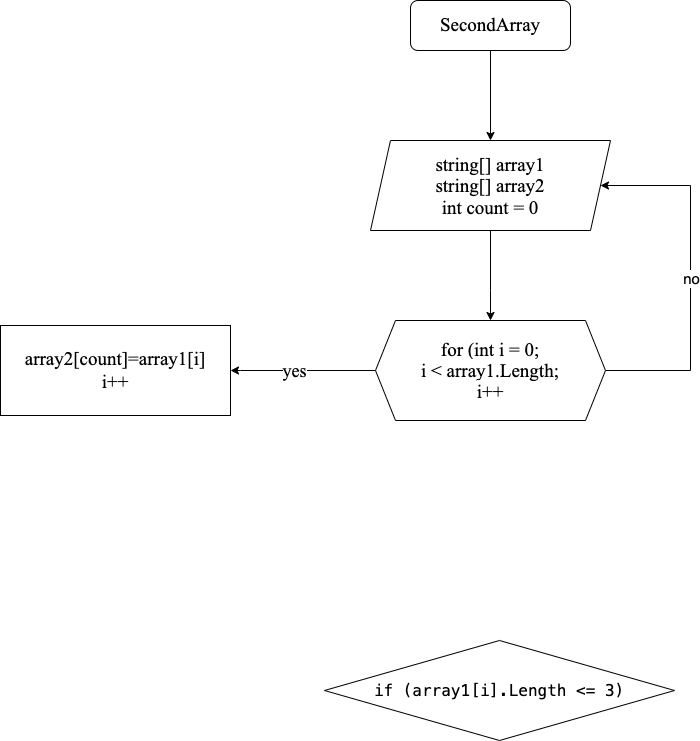
The draw.io diagram Диаграмма без названия.drawio.png in dmitriytimoshenko73/Final_homework, before a commit. Source tidied: cells renumbered, new cells last; positions are measured from the earlier drawing's top-left corner, leaving out a move shared by most shapes. Source of this version:
```xml
<mxGraphModel>
  <root>
    <mxCell id="0" />
    <mxCell id="1" parent="0" />
    <mxCell id="2" style="edgeStyle=orthogonalEdgeStyle;rounded=0;jettySize=auto;html=1;entryX=0.5;entryY=0;entryDx=0;entryDy=0;" parent="1" edge="1" source="3" target="5">
      <mxGeometry relative="1" as="geometry" />
    </mxCell>
    <mxCell id="3" value="&lt;div style=&quot;line-height: 21px;&quot;&gt;&lt;span style=&quot;background-color: rgb(255, 255, 255);&quot;&gt;&lt;font style=&quot;font-size: 19px;&quot; face=&quot;Times New Roman&quot;&gt;SecondArray&lt;/font&gt;&lt;/span&gt;&lt;/div&gt;" style="rounded=1;whiteSpace=wrap;html=1;" parent="1" vertex="1">
      <mxGeometry x="410" width="160" height="50" as="geometry" />
    </mxCell>
    <mxCell id="4" style="edgeStyle=orthogonalEdgeStyle;rounded=0;jettySize=auto;html=1;entryX=0.5;entryY=0;entryDx=0;entryDy=0;" parent="1" edge="1" source="5" target="10">
      <mxGeometry relative="1" as="geometry">
        <Array as="points">
          <mxPoint x="490" y="290" />
          <mxPoint x="490" y="290" />
        </Array>
      </mxGeometry>
    </mxCell>
    <mxCell id="5" value="&lt;div style=&quot;line-height: 21px; font-size: 19px;&quot;&gt;&lt;span style=&quot;background-color: rgb(255, 255, 255);&quot;&gt;&lt;font style=&quot;font-size: 19px;&quot; face=&quot;Times New Roman&quot;&gt;string[] array1&lt;/font&gt;&lt;/span&gt;&lt;/div&gt;&lt;div style=&quot;line-height: 21px; font-size: 19px;&quot;&gt;&lt;font style=&quot;font-size: 19px;&quot; face=&quot;Times New Roman&quot;&gt;string[] array2&lt;/font&gt;&lt;span style=&quot;font-size: 18px; background-color: rgb(255, 255, 255);&quot;&gt;&lt;font style=&quot;font-size: 18px;&quot; face=&quot;Times New Roman&quot;&gt;&lt;br&gt;&lt;/font&gt;&lt;/span&gt;&lt;/div&gt;&lt;div style=&quot;line-height: 21px; font-size: 19px;&quot;&gt;&lt;font style=&quot;font-size: 19px;&quot; face=&quot;Times New Roman&quot;&gt;int count = 0&lt;/font&gt;&lt;/div&gt;" style="shape=parallelogram;perimeter=parallelogramPerimeter;whiteSpace=wrap;html=1;fixedSize=1;" parent="1" vertex="1">
      <mxGeometry x="370" y="140" width="240" height="90" as="geometry" />
    </mxCell>
    <mxCell id="6" style="edgeStyle=orthogonalEdgeStyle;rounded=0;jettySize=auto;html=1;entryX=1;entryY=0.5;entryDx=0;entryDy=0;" parent="1" edge="1" source="10" target="12">
      <mxGeometry relative="1" as="geometry">
        <Array as="points">
          <mxPoint x="240" y="370" />
        </Array>
      </mxGeometry>
    </mxCell>
    <mxCell id="7" value="&lt;font style=&quot;font-size: 18px;&quot; face=&quot;Times New Roman&quot;&gt;yes&lt;/font&gt;" style="edgeLabel;html=1;align=center;verticalAlign=middle;" parent="6" vertex="1">
      <mxGeometry x="0.13" relative="1" as="geometry" />
    </mxCell>
    <mxCell id="8" style="edgeStyle=orthogonalEdgeStyle;rounded=0;jettySize=auto;html=1;" parent="1" edge="1" source="10" target="5">
      <mxGeometry relative="1" as="geometry">
        <Array as="points">
          <mxPoint x="690" y="370" />
          <mxPoint x="690" y="185" />
        </Array>
      </mxGeometry>
    </mxCell>
    <mxCell id="9" value="&lt;font style=&quot;font-size: 15px;&quot;&gt;no&lt;/font&gt;" style="edgeLabel;html=1;align=center;verticalAlign=middle;" parent="8" vertex="1">
      <mxGeometry x="-0.01" relative="1" as="geometry">
        <mxPoint y="1" as="offset" />
      </mxGeometry>
    </mxCell>
    <mxCell id="10" value="&lt;div style=&quot;line-height: 21px; font-size: 19px;&quot;&gt;&lt;span style=&quot;background-color: rgb(255, 255, 255);&quot;&gt;&lt;font style=&quot;font-size: 19px;&quot; face=&quot;Times New Roman&quot;&gt;for (int i = 0;&lt;/font&gt;&lt;/span&gt;&lt;/div&gt;&lt;div style=&quot;line-height: 21px; font-size: 19px;&quot;&gt;&lt;span style=&quot;background-color: rgb(255, 255, 255);&quot;&gt;&lt;font style=&quot;font-size: 19px;&quot; face=&quot;Times New Roman&quot;&gt;&amp;nbsp;i &amp;lt; array1.Length;&amp;nbsp;&lt;/font&gt;&lt;/span&gt;&lt;/div&gt;&lt;div style=&quot;line-height: 21px; font-size: 19px;&quot;&gt;&lt;span style=&quot;background-color: rgb(255, 255, 255);&quot;&gt;&lt;font style=&quot;font-size: 19px;&quot; face=&quot;Times New Roman&quot;&gt;i++&lt;/font&gt;&lt;/span&gt;&lt;/div&gt;" style="shape=hexagon;perimeter=hexagonPerimeter2;whiteSpace=wrap;html=1;fixedSize=1;" parent="1" vertex="1">
      <mxGeometry x="375" y="320" width="230" height="100" as="geometry" />
    </mxCell>
    <mxCell id="11" value="&lt;div style=&quot;font-family: Menlo, Monaco, &amp;quot;Courier New&amp;quot;, monospace; font-size: 16px; line-height: 21px;&quot;&gt;&lt;span style=&quot;background-color: rgb(255, 255, 255);&quot;&gt;if (array1[i].Length &amp;lt;= 3)&lt;/span&gt;&lt;/div&gt;" style="rhombus;whiteSpace=wrap;html=1;" parent="1" vertex="1">
      <mxGeometry x="324" y="640" width="350" height="100" as="geometry" />
    </mxCell>
    <mxCell id="12" value="&lt;font style=&quot;font-size: 19px;&quot; face=&quot;Times New Roman&quot;&gt;array2[count]=array1[i]&lt;br&gt;i++&lt;/font&gt;" style="rounded=0;whiteSpace=wrap;html=1;" parent="1" vertex="1">
      <mxGeometry y="325" width="230" height="90" as="geometry" />
    </mxCell>
  </root>
</mxGraphModel>
```
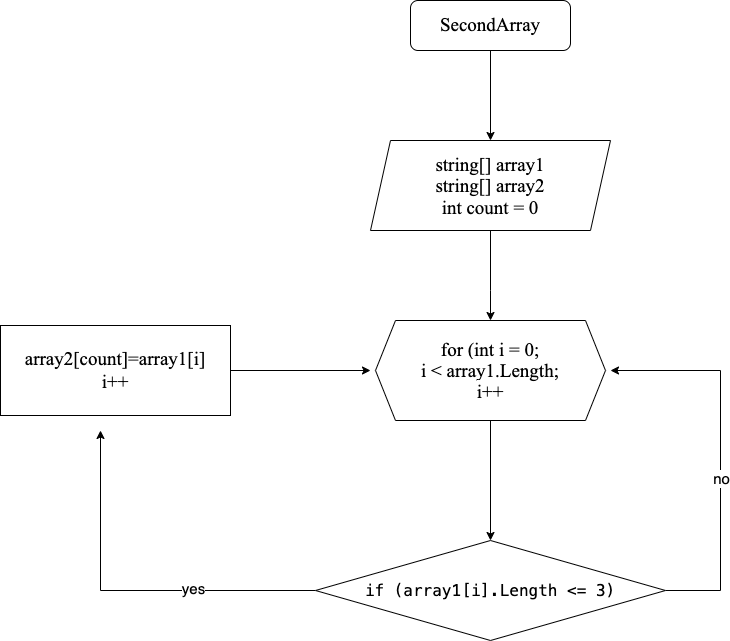
Above is the later version.

Diff of the diagram source:
```diff
@@ -19,35 +19,40 @@
     <mxCell id="5" value="&lt;div style=&quot;line-height: 21px; font-size: 19px;&quot;&gt;&lt;span style=&quot;background-color: rgb(255, 255, 255);&quot;&gt;&lt;font style=&quot;font-size: 19px;&quot; face=&quot;Times New Roman&quot;&gt;string[] array1&lt;/font&gt;&lt;/span&gt;&lt;/div&gt;&lt;div style=&quot;line-height: 21px; font-size: 19px;&quot;&gt;&lt;font style=&quot;font-size: 19px;&quot; face=&quot;Times New Roman&quot;&gt;string[] array2&lt;/font&gt;&lt;span style=&quot;font-size: 18px; background-color: rgb(255, 255, 255);&quot;&gt;&lt;font style=&quot;font-size: 18px;&quot; face=&quot;Times New Roman&quot;&gt;&lt;br&gt;&lt;/font&gt;&lt;/span&gt;&lt;/div&gt;&lt;div style=&quot;line-height: 21px; font-size: 19px;&quot;&gt;&lt;font style=&quot;font-size: 19px;&quot; face=&quot;Times New Roman&quot;&gt;int count = 0&lt;/font&gt;&lt;/div&gt;" style="shape=parallelogram;perimeter=parallelogramPerimeter;whiteSpace=wrap;html=1;fixedSize=1;" parent="1" vertex="1">
       <mxGeometry x="370" y="140" width="240" height="90" as="geometry" />
     </mxCell>
-    <mxCell id="6" style="edgeStyle=orthogonalEdgeStyle;rounded=0;jettySize=auto;html=1;entryX=1;entryY=0.5;entryDx=0;entryDy=0;" parent="1" edge="1" source="10" target="12">
-      <mxGeometry relative="1" as="geometry">
-        <Array as="points">
-          <mxPoint x="240" y="370" />
-        </Array>
-      </mxGeometry>
-    </mxCell>
+    <mxCell id="13" style="edgeStyle=orthogonalEdgeStyle;rounded=0;jettySize=auto;html=1;entryX=0.5;entryY=0;entryDx=0;entryDy=0;" parent="1" edge="1" source="10" target="11">
+      <mxGeometry relative="1" as="geometry" />
+    </mxCell>
+    <mxCell id="10" value="&lt;div style=&quot;line-height: 21px; font-size: 19px;&quot;&gt;&lt;span style=&quot;background-color: rgb(255, 255, 255);&quot;&gt;&lt;font style=&quot;font-size: 19px;&quot; face=&quot;Times New Roman&quot;&gt;for (int i = 0;&lt;/font&gt;&lt;/span&gt;&lt;/div&gt;&lt;div style=&quot;line-height: 21px; font-size: 19px;&quot;&gt;&lt;span style=&quot;background-color: rgb(255, 255, 255);&quot;&gt;&lt;font style=&quot;font-size: 19px;&quot; face=&quot;Times New Roman&quot;&gt;&amp;nbsp;i &amp;lt; array1.Length;&amp;nbsp;&lt;/font&gt;&lt;/span&gt;&lt;/div&gt;&lt;div style=&quot;line-height: 21px; font-size: 19px;&quot;&gt;&lt;span style=&quot;background-color: rgb(255, 255, 255);&quot;&gt;&lt;font style=&quot;font-size: 19px;&quot; face=&quot;Times New Roman&quot;&gt;i++&lt;/font&gt;&lt;/span&gt;&lt;/div&gt;" style="shape=hexagon;perimeter=hexagonPerimeter2;whiteSpace=wrap;html=1;fixedSize=1;" parent="1" vertex="1">
+      <mxGeometry x="375" y="320" width="230" height="100" as="geometry" />
+    </mxCell>
+    <mxCell id="14" style="edgeStyle=orthogonalEdgeStyle;rounded=0;jettySize=auto;html=1;" parent="1" edge="1" source="11">
+      <mxGeometry relative="1" as="geometry">
+        <mxPoint x="100" y="430" as="targetPoint" />
+      </mxGeometry>
+    </mxCell>
-    <mxCell id="7" value="&lt;font style=&quot;font-size: 18px;&quot; face=&quot;Times New Roman&quot;&gt;yes&lt;/font&gt;" style="edgeLabel;html=1;align=center;verticalAlign=middle;" parent="6" vertex="1">
-      <mxGeometry x="0.13" relative="1" as="geometry" />
+    <mxCell id="7" value="&lt;font style=&quot;font-size: 15px;&quot;&gt;yes&lt;/font&gt;" style="edgeLabel;html=1;align=center;verticalAlign=middle;" parent="14" vertex="1">
+      <mxGeometry x="-0.34" y="-3" relative="1" as="geometry" />
     </mxCell>
-    <mxCell id="8" style="edgeStyle=orthogonalEdgeStyle;rounded=0;jettySize=auto;html=1;" parent="1" edge="1" source="10" target="5">
-      <mxGeometry relative="1" as="geometry">
-        <Array as="points">
-          <mxPoint x="690" y="370" />
-          <mxPoint x="690" y="185" />
-        </Array>
-      </mxGeometry>
-    </mxCell>
+    <mxCell id="15" style="edgeStyle=orthogonalEdgeStyle;rounded=0;jettySize=auto;html=1;" parent="1" edge="1" source="11">
+      <mxGeometry relative="1" as="geometry">
+        <mxPoint x="610" y="370" as="targetPoint" />
+        <Array as="points">
+          <mxPoint x="720" y="590" />
+          <mxPoint x="720" y="370" />
+        </Array>
+      </mxGeometry>
+    </mxCell>
-    <mxCell id="9" value="&lt;font style=&quot;font-size: 15px;&quot;&gt;no&lt;/font&gt;" style="edgeLabel;html=1;align=center;verticalAlign=middle;" parent="8" vertex="1">
-      <mxGeometry x="-0.01" relative="1" as="geometry">
-        <mxPoint y="1" as="offset" />
-      </mxGeometry>
+    <mxCell id="9" value="&lt;font style=&quot;font-size: 15px;&quot;&gt;no&lt;/font&gt;" style="edgeLabel;html=1;align=center;verticalAlign=middle;" parent="15" vertex="1">
+      <mxGeometry x="-0.13" relative="1" as="geometry" />
     </mxCell>
-    <mxCell id="10" value="&lt;div style=&quot;line-height: 21px; font-size: 19px;&quot;&gt;&lt;span style=&quot;background-color: rgb(255, 255, 255);&quot;&gt;&lt;font style=&quot;font-size: 19px;&quot; face=&quot;Times New Roman&quot;&gt;for (int i = 0;&lt;/font&gt;&lt;/span&gt;&lt;/div&gt;&lt;div style=&quot;line-height: 21px; font-size: 19px;&quot;&gt;&lt;span style=&quot;background-color: rgb(255, 255, 255);&quot;&gt;&lt;font style=&quot;font-size: 19px;&quot; face=&quot;Times New Roman&quot;&gt;&amp;nbsp;i &amp;lt; array1.Length;&amp;nbsp;&lt;/font&gt;&lt;/span&gt;&lt;/div&gt;&lt;div style=&quot;line-height: 21px; font-size: 19px;&quot;&gt;&lt;span style=&quot;background-color: rgb(255, 255, 255);&quot;&gt;&lt;font style=&quot;font-size: 19px;&quot; face=&quot;Times New Roman&quot;&gt;i++&lt;/font&gt;&lt;/span&gt;&lt;/div&gt;" style="shape=hexagon;perimeter=hexagonPerimeter2;whiteSpace=wrap;html=1;fixedSize=1;" parent="1" vertex="1">
-      <mxGeometry x="375" y="320" width="230" height="100" as="geometry" />
-    </mxCell>
     <mxCell id="11" value="&lt;div style=&quot;font-family: Menlo, Monaco, &amp;quot;Courier New&amp;quot;, monospace; font-size: 16px; line-height: 21px;&quot;&gt;&lt;span style=&quot;background-color: rgb(255, 255, 255);&quot;&gt;if (array1[i].Length &amp;lt;= 3)&lt;/span&gt;&lt;/div&gt;" style="rhombus;whiteSpace=wrap;html=1;" parent="1" vertex="1">
-      <mxGeometry x="324" y="640" width="350" height="100" as="geometry" />
+      <mxGeometry x="315" y="540" width="350" height="100" as="geometry" />
     </mxCell>
+    <mxCell id="16" style="edgeStyle=orthogonalEdgeStyle;rounded=0;jettySize=auto;html=1;" parent="1" edge="1" source="12">
+      <mxGeometry relative="1" as="geometry">
+        <mxPoint x="370" y="370" as="targetPoint" />
+      </mxGeometry>
+    </mxCell>
     <mxCell id="12" value="&lt;font style=&quot;font-size: 19px;&quot; face=&quot;Times New Roman&quot;&gt;array2[count]=array1[i]&lt;br&gt;i++&lt;/font&gt;" style="rounded=0;whiteSpace=wrap;html=1;" parent="1" vertex="1">
       <mxGeometry y="325" width="230" height="90" as="geometry" />
     </mxCell>
```
